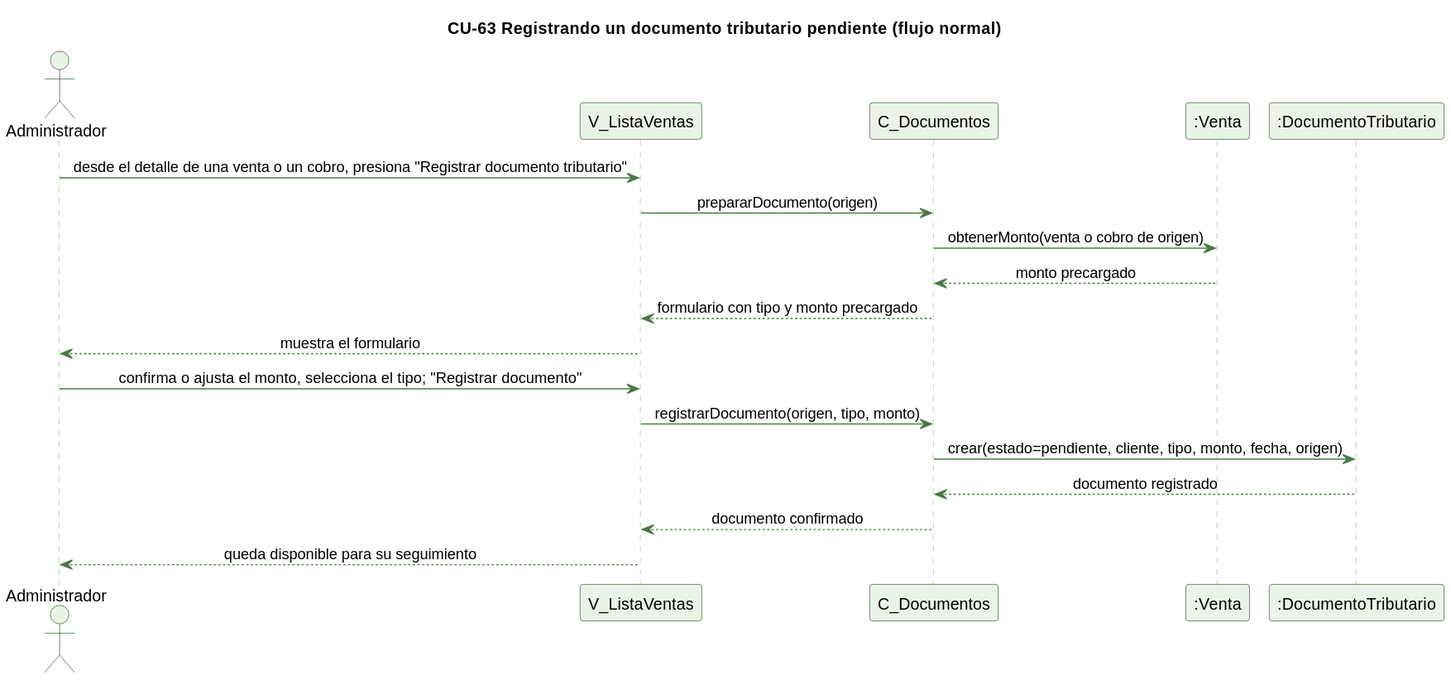
Above: docs/trabajo-grupal/diagramas/secuencias/cu63-documento-tributario-normal.svg in kenjikaese/Triverde (PlantUML), before the change.
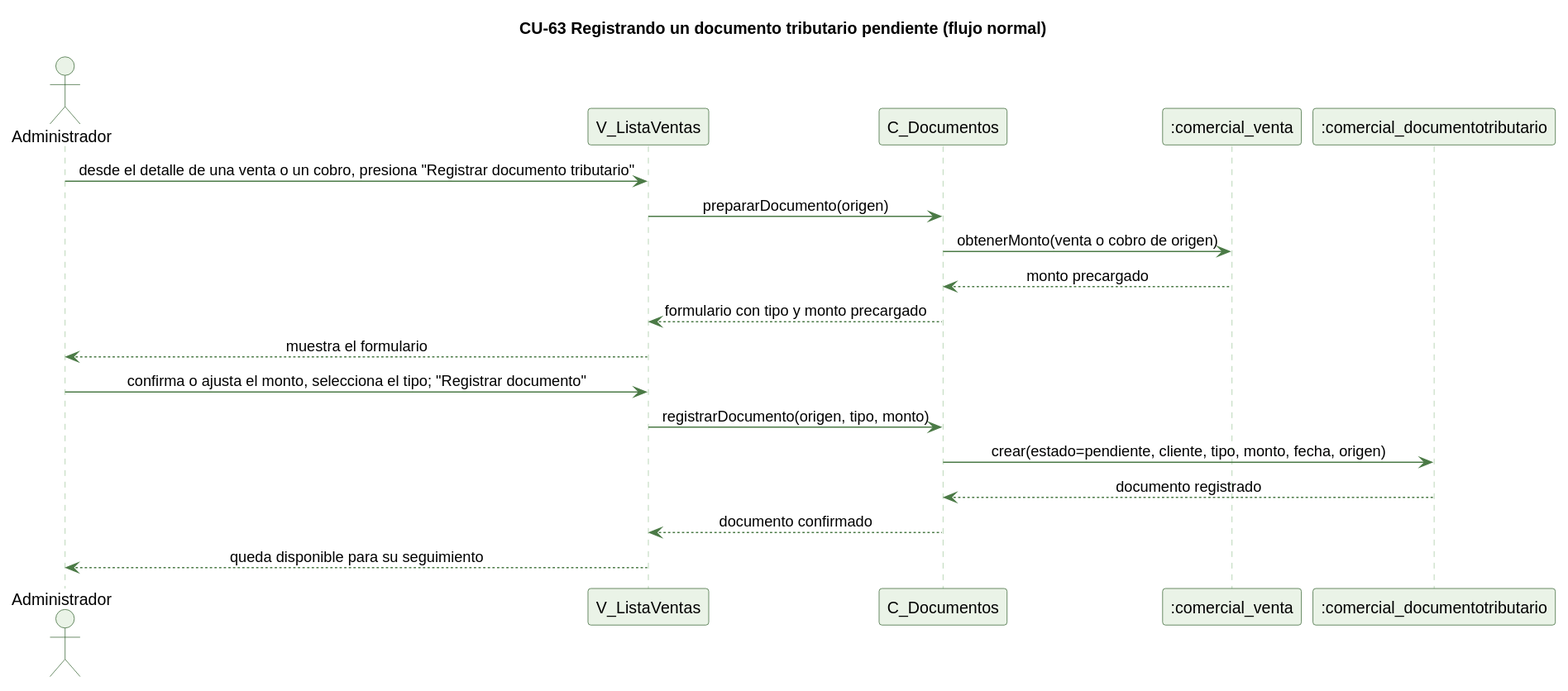
Later version of the same file.

Change to the diagram source:
```diff
@@ -15,8 +15,8 @@
 actor Administrador
 participant "V_ListaVentas" as V
 participant "C_Documentos" as C
-participant ":Venta" as VT
-participant ":DocumentoTributario" as DT
+participant ":comercial_venta" as VT
+participant ":comercial_documentotributario" as DT
 
 Administrador -> V : desde el detalle de una venta o un cobro, presiona "Registrar documento tributario"
 V -> C : prepararDocumento(origen)
```
